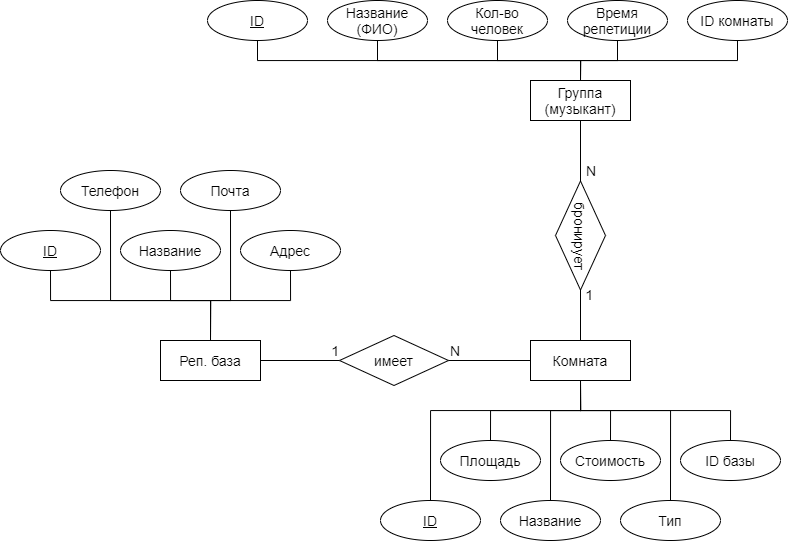
aavortep/SWD keeps this draw.io diagram as ER.png. Above is the earlier version. Source tidied: cells renumbered, new cells last; positions are measured from the earlier drawing's top-left corner, leaving out a move shared by most shapes. Its diagram source:
```xml
<mxGraphModel>
  <root>
    <mxCell id="0" />
    <mxCell id="1" parent="0" />
    <mxCell id="2" style="edgeStyle=orthogonalEdgeStyle;rounded=0;jettySize=auto;html=1;exitX=0.5;exitY=0;exitDx=0;exitDy=0;entryX=0.5;entryY=1;entryDx=0;entryDy=0;fontSize=14;endArrow=none;endFill=0;" parent="1" edge="1" source="7" target="24">
      <mxGeometry relative="1" as="geometry">
        <Array as="points">
          <mxPoint x="210" y="300" />
          <mxPoint x="50" y="300" />
        </Array>
      </mxGeometry>
    </mxCell>
    <mxCell id="3" style="edgeStyle=orthogonalEdgeStyle;rounded=0;jettySize=auto;html=1;exitX=0.5;exitY=0;exitDx=0;exitDy=0;entryX=0.5;entryY=1;entryDx=0;entryDy=0;endArrow=none;endFill=0;fontSize=14;" parent="1" edge="1" source="7" target="20">
      <mxGeometry relative="1" as="geometry">
        <Array as="points">
          <mxPoint x="210" y="300" />
          <mxPoint x="170" y="300" />
        </Array>
      </mxGeometry>
    </mxCell>
    <mxCell id="4" style="edgeStyle=orthogonalEdgeStyle;rounded=0;jettySize=auto;html=1;exitX=0.5;exitY=0;exitDx=0;exitDy=0;entryX=0.5;entryY=1;entryDx=0;entryDy=0;endArrow=none;endFill=0;fontSize=14;" parent="1" edge="1" source="7" target="21">
      <mxGeometry relative="1" as="geometry">
        <Array as="points">
          <mxPoint x="210" y="300" />
          <mxPoint x="290" y="300" />
        </Array>
      </mxGeometry>
    </mxCell>
    <mxCell id="5" style="edgeStyle=orthogonalEdgeStyle;rounded=0;jettySize=auto;html=1;exitX=0.5;exitY=0;exitDx=0;exitDy=0;entryX=0.5;entryY=1;entryDx=0;entryDy=0;endArrow=none;endFill=0;fontSize=14;" parent="1" edge="1" source="7" target="22">
      <mxGeometry relative="1" as="geometry">
        <Array as="points">
          <mxPoint x="210" y="300" />
          <mxPoint x="110" y="300" />
        </Array>
      </mxGeometry>
    </mxCell>
    <mxCell id="6" style="edgeStyle=orthogonalEdgeStyle;rounded=0;jettySize=auto;html=1;exitX=0.5;exitY=0;exitDx=0;exitDy=0;entryX=0.5;entryY=1;entryDx=0;entryDy=0;endArrow=none;endFill=0;fontSize=14;" parent="1" edge="1" source="7" target="23">
      <mxGeometry relative="1" as="geometry">
        <Array as="points">
          <mxPoint x="210" y="300" />
          <mxPoint x="230" y="300" />
        </Array>
      </mxGeometry>
    </mxCell>
    <mxCell id="7" value="Реп. база" style="whiteSpace=wrap;html=1;align=center;fontSize=14;" parent="1" vertex="1">
      <mxGeometry x="160" y="340" width="100" height="40" as="geometry" />
    </mxCell>
    <mxCell id="8" style="edgeStyle=orthogonalEdgeStyle;rounded=0;jettySize=auto;html=1;exitX=0.5;exitY=1;exitDx=0;exitDy=0;entryX=0.5;entryY=0;entryDx=0;entryDy=0;endArrow=none;endFill=0;fontSize=14;" parent="1" edge="1" source="14" target="30">
      <mxGeometry relative="1" as="geometry" />
    </mxCell>
    <mxCell id="9" style="edgeStyle=orthogonalEdgeStyle;rounded=0;jettySize=auto;html=1;exitX=0.5;exitY=1;exitDx=0;exitDy=0;entryX=0.5;entryY=0;entryDx=0;entryDy=0;endArrow=none;endFill=0;fontSize=14;" parent="1" edge="1" source="14" target="29">
      <mxGeometry relative="1" as="geometry" />
    </mxCell>
    <mxCell id="10" style="edgeStyle=orthogonalEdgeStyle;rounded=0;jettySize=auto;html=1;exitX=0.5;exitY=1;exitDx=0;exitDy=0;entryX=0.5;entryY=0;entryDx=0;entryDy=0;endArrow=none;endFill=0;fontSize=14;" parent="1" edge="1" source="14" target="28">
      <mxGeometry relative="1" as="geometry" />
    </mxCell>
    <mxCell id="11" style="edgeStyle=orthogonalEdgeStyle;rounded=0;jettySize=auto;html=1;exitX=0.5;exitY=1;exitDx=0;exitDy=0;entryX=0.5;entryY=0;entryDx=0;entryDy=0;endArrow=none;endFill=0;fontSize=14;" parent="1" edge="1" source="14" target="27">
      <mxGeometry relative="1" as="geometry">
        <Array as="points">
          <mxPoint x="580" y="410" />
          <mxPoint x="670" y="410" />
        </Array>
      </mxGeometry>
    </mxCell>
    <mxCell id="12" style="edgeStyle=orthogonalEdgeStyle;rounded=0;jettySize=auto;html=1;exitX=0.5;exitY=1;exitDx=0;exitDy=0;entryX=0.5;entryY=0;entryDx=0;entryDy=0;endArrow=none;endFill=0;fontSize=14;" parent="1" edge="1" source="14" target="26">
      <mxGeometry relative="1" as="geometry">
        <Array as="points">
          <mxPoint x="580" y="410" />
          <mxPoint x="550" y="410" />
        </Array>
      </mxGeometry>
    </mxCell>
    <mxCell id="13" style="edgeStyle=orthogonalEdgeStyle;rounded=0;jettySize=auto;html=1;exitX=0.5;exitY=1;exitDx=0;exitDy=0;entryX=0.5;entryY=0;entryDx=0;entryDy=0;endArrow=none;endFill=0;fontSize=14;" parent="1" edge="1" source="14" target="25">
      <mxGeometry relative="1" as="geometry">
        <Array as="points">
          <mxPoint x="580" y="410" />
          <mxPoint x="430" y="410" />
        </Array>
      </mxGeometry>
    </mxCell>
    <mxCell id="14" value="Комната" style="whiteSpace=wrap;html=1;align=center;fontSize=14;" parent="1" vertex="1">
      <mxGeometry x="530" y="340" width="100" height="40" as="geometry" />
    </mxCell>
    <mxCell id="15" value="имеет" style="shape=rhombus;perimeter=rhombusPerimeter;whiteSpace=wrap;html=1;align=center;fontSize=14;" parent="1" vertex="1">
      <mxGeometry x="339" y="335" width="109" height="50" as="geometry" />
    </mxCell>
    <mxCell id="16" style="endArrow=none;html=1;rounded=0;fontSize=14;entryX=0;entryY=0.5;entryDx=0;entryDy=0;exitX=1;exitY=0.5;exitDx=0;exitDy=0;" parent="1" edge="1" source="15" target="14">
      <mxGeometry relative="1" as="geometry" />
    </mxCell>
    <mxCell id="17" value="N" style="html=1;align=right;verticalAlign=bottom;fontSize=14;" parent="16" vertex="1">
      <mxGeometry x="1" relative="1" as="geometry">
        <mxPoint x="-70.3" as="offset" />
      </mxGeometry>
    </mxCell>
    <mxCell id="18" style="endArrow=none;html=1;rounded=0;fontSize=14;exitX=1;exitY=0.5;exitDx=0;exitDy=0;entryX=0;entryY=0.5;entryDx=0;entryDy=0;" parent="1" edge="1" source="7" target="15">
      <mxGeometry relative="1" as="geometry" />
    </mxCell>
    <mxCell id="19" value="1" style="html=1;align=right;verticalAlign=bottom;fontSize=14;" parent="18" vertex="1">
      <mxGeometry x="1" relative="1" as="geometry" />
    </mxCell>
    <mxCell id="20" value="Название" style="ellipse;whiteSpace=wrap;html=1;align=center;fontSize=14;" parent="1" vertex="1">
      <mxGeometry x="120" y="230" width="100" height="40" as="geometry" />
    </mxCell>
    <mxCell id="21" value="Адрес" style="ellipse;whiteSpace=wrap;html=1;align=center;fontSize=14;" parent="1" vertex="1">
      <mxGeometry x="240" y="230" width="100" height="40" as="geometry" />
    </mxCell>
    <mxCell id="22" value="Телефон" style="ellipse;whiteSpace=wrap;html=1;align=center;fontSize=14;" parent="1" vertex="1">
      <mxGeometry x="60" y="170" width="100" height="40" as="geometry" />
    </mxCell>
    <mxCell id="23" value="Почта" style="ellipse;whiteSpace=wrap;html=1;align=center;fontSize=14;" parent="1" vertex="1">
      <mxGeometry x="180" y="170" width="100" height="40" as="geometry" />
    </mxCell>
    <mxCell id="24" value="ID" style="ellipse;whiteSpace=wrap;html=1;align=center;fontStyle=4;fontSize=14;" parent="1" vertex="1">
      <mxGeometry y="230" width="100" height="40" as="geometry" />
    </mxCell>
    <mxCell id="25" value="ID" style="ellipse;whiteSpace=wrap;html=1;align=center;fontStyle=4;fontSize=14;" parent="1" vertex="1">
      <mxGeometry x="380" y="500" width="100" height="40" as="geometry" />
    </mxCell>
    <mxCell id="26" value="Название" style="ellipse;whiteSpace=wrap;html=1;align=center;fontSize=14;" parent="1" vertex="1">
      <mxGeometry x="500" y="500" width="100" height="40" as="geometry" />
    </mxCell>
    <mxCell id="27" value="Тип" style="ellipse;whiteSpace=wrap;html=1;align=center;fontSize=14;" parent="1" vertex="1">
      <mxGeometry x="620" y="500" width="100" height="40" as="geometry" />
    </mxCell>
    <mxCell id="28" value="Площадь" style="ellipse;whiteSpace=wrap;html=1;align=center;fontSize=14;" parent="1" vertex="1">
      <mxGeometry x="440" y="440" width="100" height="40" as="geometry" />
    </mxCell>
    <mxCell id="29" value="Стоимость" style="ellipse;whiteSpace=wrap;html=1;align=center;fontSize=14;" parent="1" vertex="1">
      <mxGeometry x="560" y="440" width="100" height="40" as="geometry" />
    </mxCell>
    <mxCell id="30" value="ID базы" style="ellipse;whiteSpace=wrap;html=1;align=center;fontSize=14;" parent="1" vertex="1">
      <mxGeometry x="680" y="440" width="100" height="40" as="geometry" />
    </mxCell>
    <mxCell id="31" style="edgeStyle=orthogonalEdgeStyle;rounded=0;jettySize=auto;html=1;exitX=0.5;exitY=0;exitDx=0;exitDy=0;entryX=0.5;entryY=1;entryDx=0;entryDy=0;endArrow=none;endFill=0;fontSize=14;" parent="1" edge="1" source="36" target="37">
      <mxGeometry relative="1" as="geometry" />
    </mxCell>
    <mxCell id="32" style="edgeStyle=orthogonalEdgeStyle;rounded=0;jettySize=auto;html=1;exitX=0.5;exitY=0;exitDx=0;exitDy=0;entryX=0.5;entryY=1;entryDx=0;entryDy=0;endArrow=none;endFill=0;fontSize=14;" parent="1" edge="1" source="36" target="38">
      <mxGeometry relative="1" as="geometry" />
    </mxCell>
    <mxCell id="33" style="edgeStyle=orthogonalEdgeStyle;rounded=0;jettySize=auto;html=1;exitX=0.5;exitY=0;exitDx=0;exitDy=0;entryX=0.5;entryY=1;entryDx=0;entryDy=0;endArrow=none;endFill=0;fontSize=14;" parent="1" edge="1" source="36" target="39">
      <mxGeometry relative="1" as="geometry" />
    </mxCell>
    <mxCell id="34" style="edgeStyle=orthogonalEdgeStyle;rounded=0;jettySize=auto;html=1;exitX=0.5;exitY=0;exitDx=0;exitDy=0;entryX=0.5;entryY=1;entryDx=0;entryDy=0;endArrow=none;endFill=0;fontSize=14;" parent="1" edge="1" source="36" target="40">
      <mxGeometry relative="1" as="geometry" />
    </mxCell>
    <mxCell id="35" style="edgeStyle=orthogonalEdgeStyle;rounded=0;jettySize=auto;html=1;exitX=0.5;exitY=0;exitDx=0;exitDy=0;entryX=0.5;entryY=1;entryDx=0;entryDy=0;endArrow=none;endFill=0;" parent="1" edge="1" source="36" target="46">
      <mxGeometry relative="1" as="geometry" />
    </mxCell>
    <mxCell id="36" value="Группа (музыкант)" style="whiteSpace=wrap;html=1;align=center;fontSize=14;" parent="1" vertex="1">
      <mxGeometry x="530" y="80" width="100" height="40" as="geometry" />
    </mxCell>
    <mxCell id="37" value="ID" style="ellipse;whiteSpace=wrap;html=1;align=center;fontStyle=4;fontSize=14;" parent="1" vertex="1">
      <mxGeometry x="207" width="100" height="40" as="geometry" />
    </mxCell>
    <mxCell id="38" value="Кол-во человек" style="ellipse;whiteSpace=wrap;html=1;align=center;fontSize=14;" parent="1" vertex="1">
      <mxGeometry x="447" width="100" height="40" as="geometry" />
    </mxCell>
    <mxCell id="39" value="Время репетиции" style="ellipse;whiteSpace=wrap;html=1;align=center;fontSize=14;" parent="1" vertex="1">
      <mxGeometry x="567" width="100" height="40" as="geometry" />
    </mxCell>
    <mxCell id="40" value="ID комнаты" style="ellipse;whiteSpace=wrap;html=1;align=center;fontSize=14;" parent="1" vertex="1">
      <mxGeometry x="687" width="100" height="40" as="geometry" />
    </mxCell>
    <mxCell id="41" value="бронирует" style="shape=rhombus;perimeter=rhombusPerimeter;whiteSpace=wrap;html=1;align=center;fontSize=14;rotation=90;" parent="1" vertex="1">
      <mxGeometry x="525.5" y="210" width="109" height="50" as="geometry" />
    </mxCell>
    <mxCell id="42" style="endArrow=none;html=1;rounded=0;fontSize=14;exitX=1;exitY=0.5;exitDx=0;exitDy=0;entryX=0.5;entryY=0;entryDx=0;entryDy=0;" parent="1" edge="1" source="41" target="14">
      <mxGeometry relative="1" as="geometry" />
    </mxCell>
    <mxCell id="43" value="1" style="html=1;align=right;verticalAlign=bottom;fontSize=14;" parent="42" vertex="1">
      <mxGeometry x="1" relative="1" as="geometry">
        <mxPoint x="13" y="-36.1" as="offset" />
      </mxGeometry>
    </mxCell>
    <mxCell id="44" style="endArrow=none;html=1;rounded=0;fontSize=14;entryX=0.5;entryY=1;entryDx=0;entryDy=0;exitX=0;exitY=0.5;exitDx=0;exitDy=0;" parent="1" edge="1" source="41" target="36">
      <mxGeometry relative="1" as="geometry" />
    </mxCell>
    <mxCell id="45" value="N" style="html=1;align=right;verticalAlign=bottom;fontSize=14;" parent="44" vertex="1">
      <mxGeometry x="1" relative="1" as="geometry">
        <mxPoint x="16" y="59.5" as="offset" />
      </mxGeometry>
    </mxCell>
    <mxCell id="46" value="Название (ФИО)" style="ellipse;whiteSpace=wrap;html=1;align=center;fontSize=14;" parent="1" vertex="1">
      <mxGeometry x="327" width="100" height="40" as="geometry" />
    </mxCell>
  </root>
</mxGraphModel>
```
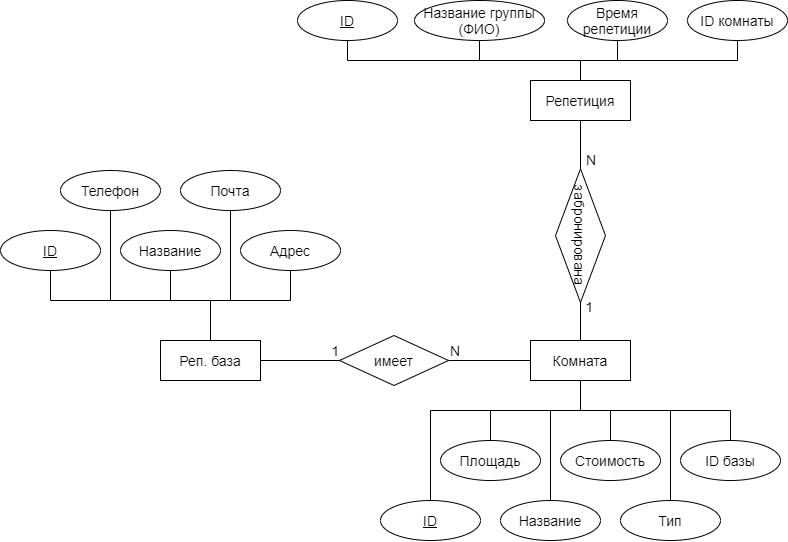
Later version of the same file.

Diff of the diagram source:
```diff
@@ -134,9 +134,6 @@
     <mxCell id="31" style="edgeStyle=orthogonalEdgeStyle;rounded=0;jettySize=auto;html=1;exitX=0.5;exitY=0;exitDx=0;exitDy=0;entryX=0.5;entryY=1;entryDx=0;entryDy=0;endArrow=none;endFill=0;fontSize=14;" parent="1" edge="1" source="36" target="37">
       <mxGeometry relative="1" as="geometry" />
     </mxCell>
-    <mxCell id="32" style="edgeStyle=orthogonalEdgeStyle;rounded=0;jettySize=auto;html=1;exitX=0.5;exitY=0;exitDx=0;exitDy=0;entryX=0.5;entryY=1;entryDx=0;entryDy=0;endArrow=none;endFill=0;fontSize=14;" parent="1" edge="1" source="36" target="38">
-      <mxGeometry relative="1" as="geometry" />
-    </mxCell>
     <mxCell id="33" style="edgeStyle=orthogonalEdgeStyle;rounded=0;jettySize=auto;html=1;exitX=0.5;exitY=0;exitDx=0;exitDy=0;entryX=0.5;entryY=1;entryDx=0;entryDy=0;endArrow=none;endFill=0;fontSize=14;" parent="1" edge="1" source="36" target="39">
       <mxGeometry relative="1" as="geometry" />
     </mxCell>
@@ -146,30 +143,27 @@
     <mxCell id="35" style="edgeStyle=orthogonalEdgeStyle;rounded=0;jettySize=auto;html=1;exitX=0.5;exitY=0;exitDx=0;exitDy=0;entryX=0.5;entryY=1;entryDx=0;entryDy=0;endArrow=none;endFill=0;" parent="1" edge="1" source="36" target="46">
       <mxGeometry relative="1" as="geometry" />
     </mxCell>
-    <mxCell id="36" value="Группа (музыкант)" style="whiteSpace=wrap;html=1;align=center;fontSize=14;" parent="1" vertex="1">
+    <mxCell id="36" value="Репетиция" style="whiteSpace=wrap;html=1;align=center;fontSize=14;" parent="1" vertex="1">
       <mxGeometry x="530" y="80" width="100" height="40" as="geometry" />
     </mxCell>
     <mxCell id="37" value="ID" style="ellipse;whiteSpace=wrap;html=1;align=center;fontStyle=4;fontSize=14;" parent="1" vertex="1">
-      <mxGeometry x="207" width="100" height="40" as="geometry" />
+      <mxGeometry x="297" width="100" height="40" as="geometry" />
     </mxCell>
-    <mxCell id="38" value="Кол-во человек" style="ellipse;whiteSpace=wrap;html=1;align=center;fontSize=14;" parent="1" vertex="1">
-      <mxGeometry x="447" width="100" height="40" as="geometry" />
-    </mxCell>
     <mxCell id="39" value="Время репетиции" style="ellipse;whiteSpace=wrap;html=1;align=center;fontSize=14;" parent="1" vertex="1">
       <mxGeometry x="567" width="100" height="40" as="geometry" />
     </mxCell>
     <mxCell id="40" value="ID комнаты" style="ellipse;whiteSpace=wrap;html=1;align=center;fontSize=14;" parent="1" vertex="1">
       <mxGeometry x="687" width="100" height="40" as="geometry" />
     </mxCell>
-    <mxCell id="41" value="бронирует" style="shape=rhombus;perimeter=rhombusPerimeter;whiteSpace=wrap;html=1;align=center;fontSize=14;rotation=90;" parent="1" vertex="1">
-      <mxGeometry x="525.5" y="210" width="109" height="50" as="geometry" />
+    <mxCell id="41" value="забронирована" style="shape=rhombus;perimeter=rhombusPerimeter;whiteSpace=wrap;html=1;align=center;fontSize=14;rotation=90;" parent="1" vertex="1">
+      <mxGeometry x="513.1" y="210.1" width="133.8" height="50" as="geometry" />
     </mxCell>
     <mxCell id="42" style="endArrow=none;html=1;rounded=0;fontSize=14;exitX=1;exitY=0.5;exitDx=0;exitDy=0;entryX=0.5;entryY=0;entryDx=0;entryDy=0;" parent="1" edge="1" source="41" target="14">
       <mxGeometry relative="1" as="geometry" />
     </mxCell>
     <mxCell id="43" value="1" style="html=1;align=right;verticalAlign=bottom;fontSize=14;" parent="42" vertex="1">
       <mxGeometry x="1" relative="1" as="geometry">
-        <mxPoint x="13" y="-36.1" as="offset" />
+        <mxPoint x="13" y="-25.1" as="offset" />
       </mxGeometry>
     </mxCell>
     <mxCell id="44" style="endArrow=none;html=1;rounded=0;fontSize=14;entryX=0.5;entryY=1;entryDx=0;entryDy=0;exitX=0;exitY=0.5;exitDx=0;exitDy=0;" parent="1" edge="1" source="41" target="36">
@@ -177,11 +171,11 @@
     </mxCell>
     <mxCell id="45" value="N" style="html=1;align=right;verticalAlign=bottom;fontSize=14;" parent="44" vertex="1">
       <mxGeometry x="1" relative="1" as="geometry">
-        <mxPoint x="16" y="59.5" as="offset" />
+        <mxPoint x="16" y="48.5" as="offset" />
       </mxGeometry>
     </mxCell>
-    <mxCell id="46" value="Название (ФИО)" style="ellipse;whiteSpace=wrap;html=1;align=center;fontSize=14;" parent="1" vertex="1">
-      <mxGeometry x="327" width="100" height="40" as="geometry" />
+    <mxCell id="46" value="Название группы (ФИО)" style="ellipse;whiteSpace=wrap;html=1;align=center;fontSize=14;" parent="1" vertex="1">
+      <mxGeometry x="414" width="130" height="40" as="geometry" />
     </mxCell>
   </root>
 </mxGraphModel>
```
